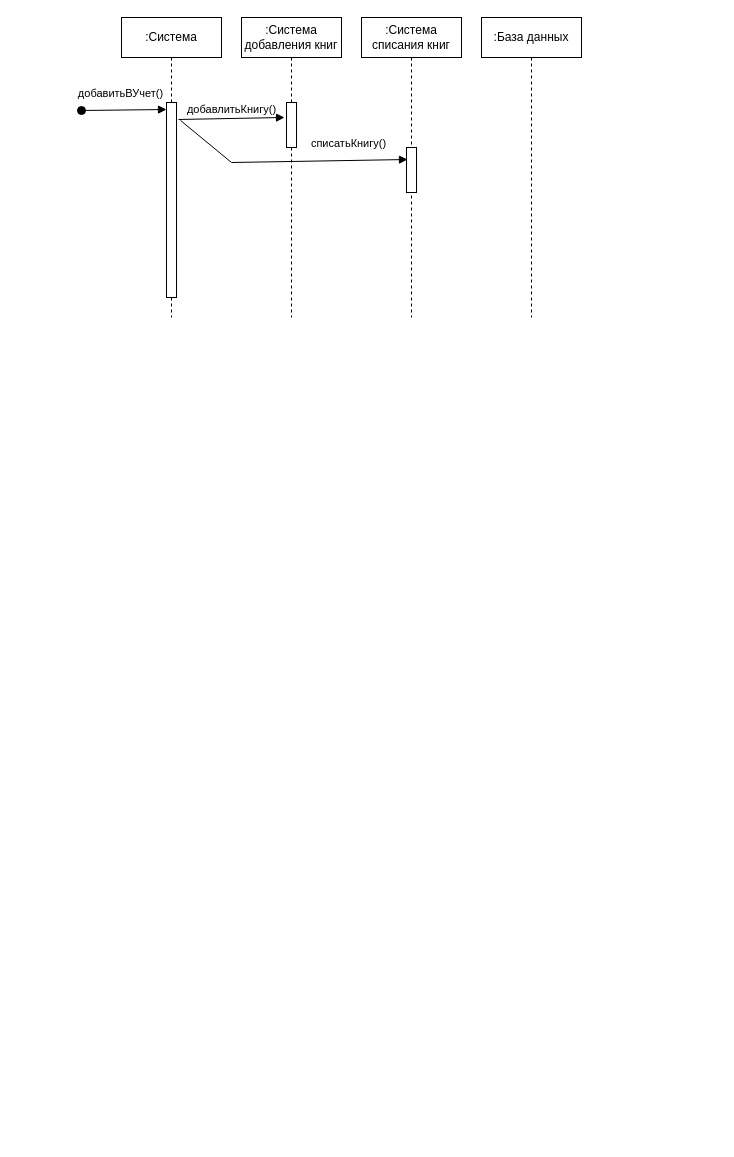
Above: Четвертая практика.drawio in sergkhr/VUZsystemModeling (draw.io), before the change. Source tidied: cells renumbered, new cells numbered last; positions are measured from the earlier drawing's top-left corner, leaving out a move shared by most shapes. Both pictures are drawn from the tidied source at 100%, with x=0, y=0 at pixel (81, 17).
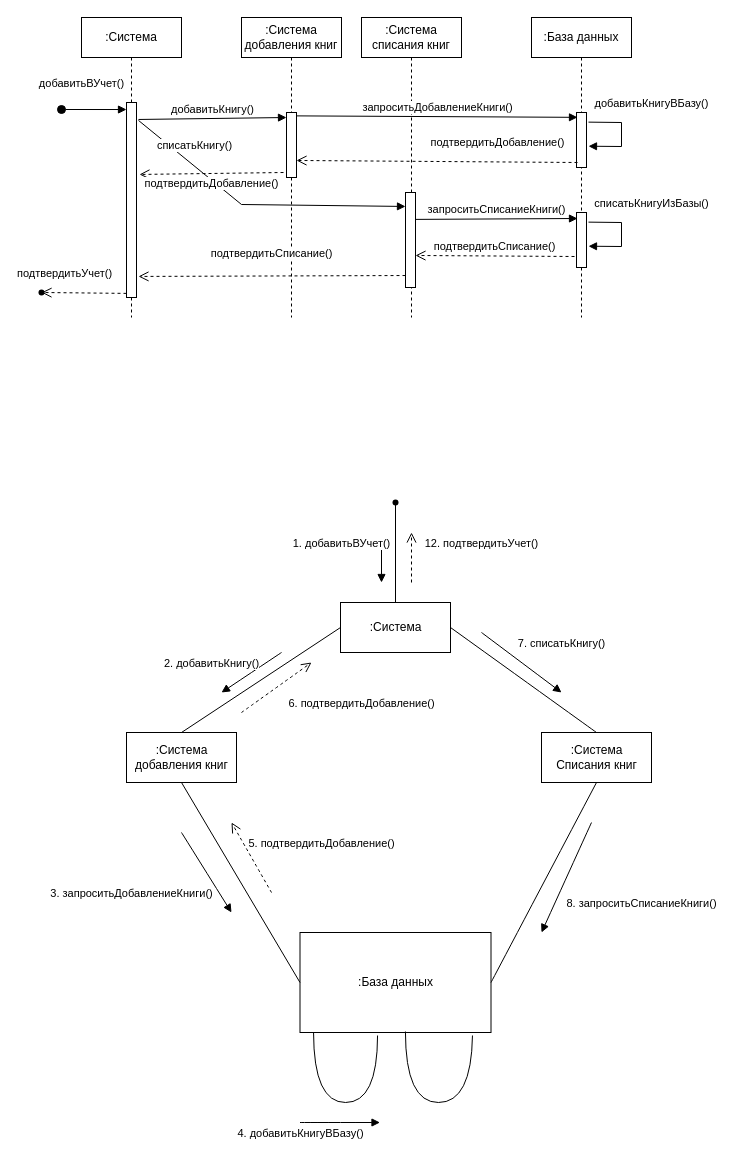
Above is the later version.

The change refers to these unchanged cells:
```xml
<mxCell id="3" style="html=1;points=[];perimeter=orthogonalPerimeter;" parent="2" vertex="1">
  <mxGeometry x="45" y="85" width="10" height="195" as="geometry" />
</mxCell>
<mxCell id="5" value=":Система добавления книг" style="shape=umlLifeline;perimeter=lifelinePerimeter;whiteSpace=wrap;html=1;" parent="1" vertex="1">
  <mxGeometry x="160" width="100" height="300" as="geometry" />
</mxCell>
<mxCell id="7" value=":Система списания книг" style="shape=umlLifeline;perimeter=lifelinePerimeter;whiteSpace=wrap;html=1;outlineConnect=0;" parent="1" vertex="1">
  <mxGeometry x="280" width="100" height="300" as="geometry" />
</mxCell>
```

What changed in the source:
```diff
@@
     <mxCell id="2" value=":Система" style="shape=umlLifeline;perimeter=lifelinePerimeter;whiteSpace=wrap;html=1;" parent="1" vertex="1">
-      <mxGeometry x="40" width="100" height="300" as="geometry" />
+      <mxGeometry width="100" height="300" as="geometry" />
     </mxCell>
@@
     <mxCell id="4" value="добавитьВУчет()" style="html=1;verticalAlign=bottom;startArrow=oval;startFill=1;endArrow=block;startSize=8;rounded=0;entryX=0;entryY=0.036;entryDx=0;entryDy=0;entryPerimeter=0;" parent="1" edge="1" target="3">
-      <mxGeometry x="-0.08" y="8" relative="1" as="geometry">
-        <mxPoint y="93" as="sourcePoint" />
+      <mxGeometry x="-0.38" y="17" relative="1" as="geometry">
+        <mxPoint x="-20" y="92" as="sourcePoint" />
       </mxGeometry>
     </mxCell>
@@
     <mxCell id="6" style="html=1;points=[];perimeter=orthogonalPerimeter;" parent="5" vertex="1">
-      <mxGeometry x="45" y="85" width="10" height="45" as="geometry" />
+      <mxGeometry x="45" y="95" width="10" height="65" as="geometry" />
     </mxCell>
@@
     <mxCell id="8" style="html=1;points=[];perimeter=orthogonalPerimeter;" parent="7" vertex="1">
-      <mxGeometry x="45" y="130" width="10" height="45" as="geometry" />
+      <mxGeometry x="44" y="175" width="10" height="95" as="geometry" />
     </mxCell>
-    <mxCell id="9" value="добавлитьКнигу()" style="html=1;verticalAlign=bottom;endArrow=block;rounded=0;exitX=1.2;exitY=0.087;exitDx=0;exitDy=0;exitPerimeter=0;entryX=-0.2;entryY=0.333;entryDx=0;entryDy=0;entryPerimeter=0;" parent="1" edge="1" source="3" target="6">
+    <mxCell id="9" value="добавитьКнигу()" style="html=1;verticalAlign=bottom;endArrow=block;rounded=0;exitX=1.2;exitY=0.087;exitDx=0;exitDy=0;exitPerimeter=0;entryX=0;entryY=0.077;entryDx=0;entryDy=0;entryPerimeter=0;" parent="1" edge="1" source="3" target="6">
       <mxGeometry relative="1" as="geometry" />
     </mxCell>
-    <mxCell id="10" style="endArrow=none;html=1;rounded=0;exitX=1.4;exitY=0.092;exitDx=0;exitDy=0;exitPerimeter=0;" parent="1" edge="1" source="3">
-      <mxGeometry relative="1" as="geometry">
-        <mxPoint x="150" y="145" as="targetPoint" />
-      </mxGeometry>
-    </mxCell>
-    <mxCell id="11" value="списатьКнигу()" style="html=1;verticalAlign=bottom;endArrow=block;rounded=0;entryX=0.1;entryY=0.267;entryDx=0;entryDy=0;entryPerimeter=0;" parent="1" edge="1" target="8">
-      <mxGeometry x="0.33" y="8" relative="1" as="geometry">
-        <mxPoint x="150" y="145" as="sourcePoint" />
+    <mxCell id="11" value="списатьКнигу()" style="html=1;verticalAlign=bottom;endArrow=block;rounded=0;entryX=0;entryY=0.147;entryDx=0;entryDy=0;entryPerimeter=0;exitX=1.2;exitY=0.092;exitDx=0;exitDy=0;exitPerimeter=0;" parent="1" edge="1" source="3" target="8">
+      <mxGeometry x="-0.56" y="9" relative="1" as="geometry">
+        <Array as="points">
+          <mxPoint x="160" y="187" />
+        </Array>
       </mxGeometry>
     </mxCell>
     <mxCell id="12" value=":База данных" style="shape=umlLifeline;perimeter=lifelinePerimeter;whiteSpace=wrap;html=1;" parent="1" vertex="1">
-      <mxGeometry x="400" width="100" height="300" as="geometry" />
+      <mxGeometry x="450" width="100" height="300" as="geometry" />
     </mxCell>
+    <mxCell id="13" style="html=1;points=[];perimeter=orthogonalPerimeter;" parent="12" vertex="1">
+      <mxGeometry x="45" y="95" width="10" height="55" as="geometry" />
+    </mxCell>
+    <mxCell id="14" value="добавитьКнигуВБазу()" style="html=1;verticalAlign=bottom;endArrow=block;rounded=0;exitX=1.2;exitY=0.175;exitDx=0;exitDy=0;exitPerimeter=0;entryX=1.2;entryY=0.613;entryDx=0;entryDy=0;entryPerimeter=0;" parent="12" edge="1" source="13" target="13">
+      <mxGeometry x="-0.27" y="32" relative="1" as="geometry">
+        <Array as="points">
+          <mxPoint x="90" y="105" />
+          <mxPoint x="90" y="129" />
+        </Array>
+        <mxPoint x="-2" y="-10" as="offset" />
+      </mxGeometry>
+    </mxCell>
+    <mxCell id="15" style="html=1;points=[];perimeter=orthogonalPerimeter;" parent="12" vertex="1">
+      <mxGeometry x="45" y="195" width="10" height="55" as="geometry" />
+    </mxCell>
+    <mxCell id="16" value="списатьКнигуИзБазы()" style="html=1;verticalAlign=bottom;endArrow=block;rounded=0;exitX=1.2;exitY=0.175;exitDx=0;exitDy=0;exitPerimeter=0;entryX=1.2;entryY=0.613;entryDx=0;entryDy=0;entryPerimeter=0;" parent="12" edge="1" source="15" target="15">
+      <mxGeometry x="-0.27" y="32" relative="1" as="geometry">
+        <Array as="points">
+          <mxPoint x="90" y="205" />
+          <mxPoint x="90" y="229" />
+        </Array>
+        <mxPoint x="-2" y="-10" as="offset" />
+      </mxGeometry>
+    </mxCell>
+    <mxCell id="17" value="запроситьДобавлениеКниги()" style="html=1;verticalAlign=bottom;endArrow=block;rounded=0;exitX=1;exitY=0.052;exitDx=0;exitDy=0;exitPerimeter=0;entryX=0.1;entryY=0.088;entryDx=0;entryDy=0;entryPerimeter=0;" parent="1" edge="1" source="6" target="13">
+      <mxGeometry relative="1" as="geometry" />
+    </mxCell>
+    <mxCell id="18" value="подтвердитьДобавление()" style="html=1;verticalAlign=bottom;endArrow=open;dashed=1;endSize=8;rounded=0;exitX=0.1;exitY=0.909;exitDx=0;exitDy=0;exitPerimeter=0;entryX=1;entryY=0.738;entryDx=0;entryDy=0;entryPerimeter=0;" parent="1" edge="1" source="13" target="6">
+      <mxGeometry x="-0.43" y="-10" relative="1" as="geometry" />
+    </mxCell>
+    <mxCell id="19" value="запроситьСписаниеКниги()" style="html=1;verticalAlign=bottom;endArrow=block;rounded=0;entryX=0.1;entryY=0.109;entryDx=0;entryDy=0;entryPerimeter=0;exitX=0.54;exitY=0.673;exitDx=0;exitDy=0;exitPerimeter=0;" parent="1" edge="1" source="7" target="15">
+      <mxGeometry relative="1" as="geometry" />
+    </mxCell>
+    <mxCell id="20" value="подтвердитьСписание()" style="html=1;verticalAlign=bottom;endArrow=open;dashed=1;endSize=8;rounded=0;exitX=-0.2;exitY=0.8;exitDx=0;exitDy=0;exitPerimeter=0;entryX=1;entryY=0.663;entryDx=0;entryDy=0;entryPerimeter=0;" parent="1" edge="1" source="15" target="8">
+      <mxGeometry relative="1" as="geometry" />
+    </mxCell>
+    <mxCell id="21" value="подтвердитьДобавление()" style="html=1;verticalAlign=bottom;endArrow=open;dashed=1;endSize=8;rounded=0;exitX=-0.3;exitY=0.923;exitDx=0;exitDy=0;exitPerimeter=0;entryX=1.3;entryY=0.369;entryDx=0;entryDy=0;entryPerimeter=0;" parent="1" edge="1" source="6" target="3">
+      <mxGeometry y="19" relative="1" as="geometry" />
+    </mxCell>
+    <mxCell id="22" value="подтвердитьСписание()" style="html=1;verticalAlign=bottom;endArrow=open;dashed=1;endSize=8;rounded=0;exitX=0;exitY=0.874;exitDx=0;exitDy=0;exitPerimeter=0;entryX=1.2;entryY=0.892;entryDx=0;entryDy=0;entryPerimeter=0;" parent="1" edge="1" source="8" target="3">
+      <mxGeometry y="-13" relative="1" as="geometry" />
+    </mxCell>
+    <mxCell id="23" value="подтвердитьУчет()" style="html=1;verticalAlign=bottom;endArrow=open;dashed=1;endSize=8;rounded=0;exitX=0;exitY=0.979;exitDx=0;exitDy=0;exitPerimeter=0;entryX=1.15;entryY=0.575;entryDx=0;entryDy=0;entryPerimeter=0;" parent="1" edge="1" source="3" target="24">
+      <mxGeometry x="0.47" y="-10" relative="1" as="geometry" />
+    </mxCell>
+    <mxCell id="24" style="shape=waypoint;sketch=0;fillStyle=solid;size=6;points=[];fillColor=none;perimeter=centerPerimeter;snapToPoint=1;" parent="1" vertex="1">
+      <mxGeometry x="-60" y="255" width="40" height="40" as="geometry" />
+    </mxCell>
+    <mxCell id="25" style="shape=waypoint;sketch=0;fillStyle=solid;size=6;points=[];fillColor=none;perimeter=centerPerimeter;snapToPoint=1;" parent="1" vertex="1">
+      <mxGeometry x="294" y="465" width="40" height="40" as="geometry" />
+    </mxCell>
+    <mxCell id="26" value=":Система" style="html=1;" parent="1" vertex="1">
+      <mxGeometry x="259" y="585" width="110" height="50" as="geometry" />
+    </mxCell>
+    <mxCell id="27" style="endArrow=none;html=1;rounded=0;exitX=0.5;exitY=0;exitDx=0;exitDy=0;entryX=0.525;entryY=1.075;entryDx=0;entryDy=0;entryPerimeter=0;" parent="1" edge="1" source="26" target="25">
+      <mxGeometry relative="1" as="geometry" />
+    </mxCell>
+    <mxCell id="28" value="1. добавитьВУчет()" style="html=1;verticalAlign=bottom;endArrow=block;rounded=0;" parent="1" edge="1">
+      <mxGeometry x="-0.5" y="-40" relative="1" as="geometry">
+        <mxPoint x="300" y="525" as="sourcePoint" />
+        <mxPoint x="300" y="565" as="targetPoint" />
+      </mxGeometry>
+    </mxCell>
+    <mxCell id="29" value="12. подтвердитьУчет()" style="html=1;verticalAlign=bottom;endArrow=open;dashed=1;endSize=8;rounded=0;" parent="1" edge="1">
+      <mxGeometry x="0.2" y="-70" relative="1" as="geometry">
+        <mxPoint x="330" y="565" as="sourcePoint" />
+        <mxPoint x="330" y="515" as="targetPoint" />
+      </mxGeometry>
+    </mxCell>
+    <mxCell id="30" value=":Система &lt;br&gt;добавления книг" style="html=1;" parent="1" vertex="1">
+      <mxGeometry x="45" y="715" width="110" height="50" as="geometry" />
+    </mxCell>
+    <mxCell id="31" style="endArrow=none;html=1;rounded=0;exitX=0.5;exitY=0;exitDx=0;exitDy=0;entryX=0;entryY=0.5;entryDx=0;entryDy=0;" parent="1" edge="1" source="30" target="26">
+      <mxGeometry relative="1" as="geometry" />
+    </mxCell>
+    <mxCell id="32" value=":База данных" style="html=1;" parent="1" vertex="1">
+      <mxGeometry x="218.5" y="915" width="191" height="100" as="geometry" />
+    </mxCell>
+    <mxCell id="33" style="endArrow=none;html=1;rounded=0;entryX=0.5;entryY=1;entryDx=0;entryDy=0;exitX=0;exitY=0.5;exitDx=0;exitDy=0;" parent="1" edge="1" source="32" target="30">
+      <mxGeometry relative="1" as="geometry" />
+    </mxCell>
+    <mxCell id="34" style="endArrow=none;html=1;rounded=0;edgeStyle=orthogonalEdgeStyle;curved=1;exitX=0.071;exitY=1;exitDx=0;exitDy=0;exitPerimeter=0;entryX=0.406;entryY=1.03;entryDx=0;entryDy=0;entryPerimeter=0;" parent="1" edge="1" source="32" target="32">
+      <mxGeometry relative="1" as="geometry">
+        <Array as="points">
+          <mxPoint x="232" y="1085" />
+          <mxPoint x="296" y="1085" />
+        </Array>
+      </mxGeometry>
+    </mxCell>
+    <mxCell id="35" style="endArrow=none;html=1;rounded=0;edgeStyle=orthogonalEdgeStyle;curved=1;exitX=0.552;exitY=0.99;exitDx=0;exitDy=0;exitPerimeter=0;entryX=0.903;entryY=1.03;entryDx=0;entryDy=0;entryPerimeter=0;" parent="1" edge="1" source="32" target="32">
+      <mxGeometry relative="1" as="geometry">
+        <Array as="points">
+          <mxPoint x="324" y="1085" />
+          <mxPoint x="390" y="1085" />
+        </Array>
+      </mxGeometry>
+    </mxCell>
+    <mxCell id="36" value=":Система &lt;br&gt;Списания книг" style="html=1;" parent="1" vertex="1">
+      <mxGeometry x="460" y="715" width="110" height="50" as="geometry" />
+    </mxCell>
+    <mxCell id="37" style="endArrow=none;html=1;rounded=0;curved=1;exitX=1;exitY=0.5;exitDx=0;exitDy=0;entryX=0.5;entryY=1;entryDx=0;entryDy=0;" parent="1" edge="1" source="32" target="36">
+      <mxGeometry relative="1" as="geometry" />
+    </mxCell>
+    <mxCell id="38" style="endArrow=none;html=1;rounded=0;curved=1;exitX=0.5;exitY=0;exitDx=0;exitDy=0;entryX=1;entryY=0.5;entryDx=0;entryDy=0;" parent="1" edge="1" source="36" target="26">
+      <mxGeometry relative="1" as="geometry" />
+    </mxCell>
+    <mxCell id="39" value="2. добавитьКнигу()" style="html=1;verticalAlign=bottom;endArrow=block;rounded=0;curved=1;" parent="1" edge="1">
+      <mxGeometry x="0.92" y="-22" relative="1" as="geometry">
+        <mxPoint x="200" y="635" as="sourcePoint" />
+        <mxPoint x="140" y="675" as="targetPoint" />
+      </mxGeometry>
+    </mxCell>
+    <mxCell id="40" value="3. запроситьДобавлениеКниги()" style="html=1;verticalAlign=bottom;endArrow=block;rounded=0;curved=1;" parent="1" edge="1">
+      <mxGeometry x="-0.3" y="-79" relative="1" as="geometry">
+        <mxPoint x="100" y="815" as="sourcePoint" />
+        <mxPoint x="150" y="895" as="targetPoint" />
+      </mxGeometry>
+    </mxCell>
+    <mxCell id="41" value="4. добавитьКнигуВБазу()" style="html=1;verticalAlign=bottom;endArrow=block;rounded=0;curved=1;" parent="1" edge="1">
+      <mxGeometry x="-1" y="-20" relative="1" as="geometry">
+        <mxPoint x="218.5" y="1105" as="sourcePoint" />
+        <mxPoint x="298.5" y="1105" as="targetPoint" />
+      </mxGeometry>
+    </mxCell>
+    <mxCell id="42" value="5. подтвердитьДобавление()" style="html=1;verticalAlign=bottom;endArrow=open;dashed=1;endSize=8;rounded=0;curved=1;" parent="1" edge="1">
+      <mxGeometry x="-0.75" y="-63" relative="1" as="geometry">
+        <mxPoint x="190" y="875" as="sourcePoint" />
+        <mxPoint x="150" y="805" as="targetPoint" />
+      </mxGeometry>
+    </mxCell>
+    <mxCell id="43" value="6. подтвердитьДобавление()" style="html=1;verticalAlign=bottom;endArrow=open;dashed=1;endSize=8;rounded=0;curved=1;" parent="1" edge="1">
+      <mxGeometry x="1" y="-71" relative="1" as="geometry">
+        <mxPoint x="160" y="695" as="sourcePoint" />
+        <mxPoint x="230" y="645" as="targetPoint" />
+        <mxPoint x="9" y="-8" as="offset" />
+      </mxGeometry>
+    </mxCell>
+    <mxCell id="44" value="7. списатьКнигу()" style="html=1;verticalAlign=bottom;endArrow=block;rounded=0;curved=1;" parent="1" edge="1">
+      <mxGeometry x="0.52" y="32" relative="1" as="geometry">
+        <mxPoint x="400" y="615" as="sourcePoint" />
+        <mxPoint x="480" y="675" as="targetPoint" />
+      </mxGeometry>
+    </mxCell>
+    <mxCell id="45" value="8. запроситьСписаниеКниги()" style="html=1;verticalAlign=bottom;endArrow=block;rounded=0;curved=1;" parent="1" edge="1">
+      <mxGeometry x="0.01" y="83" relative="1" as="geometry">
+        <mxPoint x="510" y="805" as="sourcePoint" />
+        <mxPoint x="460" y="915" as="targetPoint" />
+      </mxGeometry>
+    </mxCell>
```
